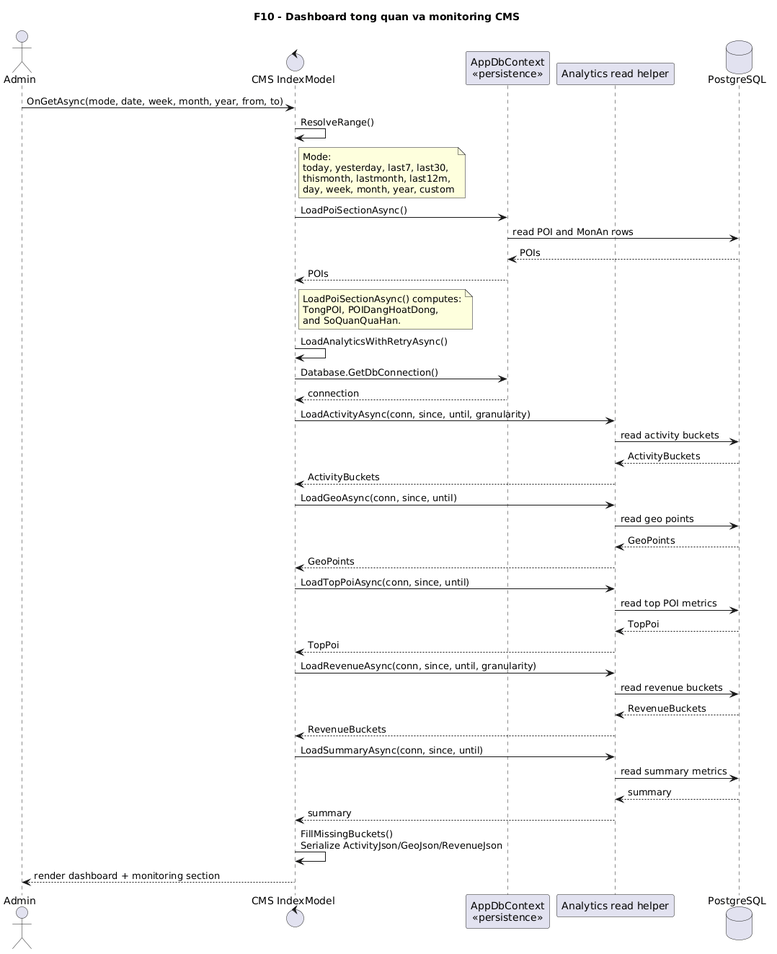
Earlier version of the PlantUML export docs/diagrams/png/10-dashboard-sequence.png (VoBao182/PhoAmThuc).
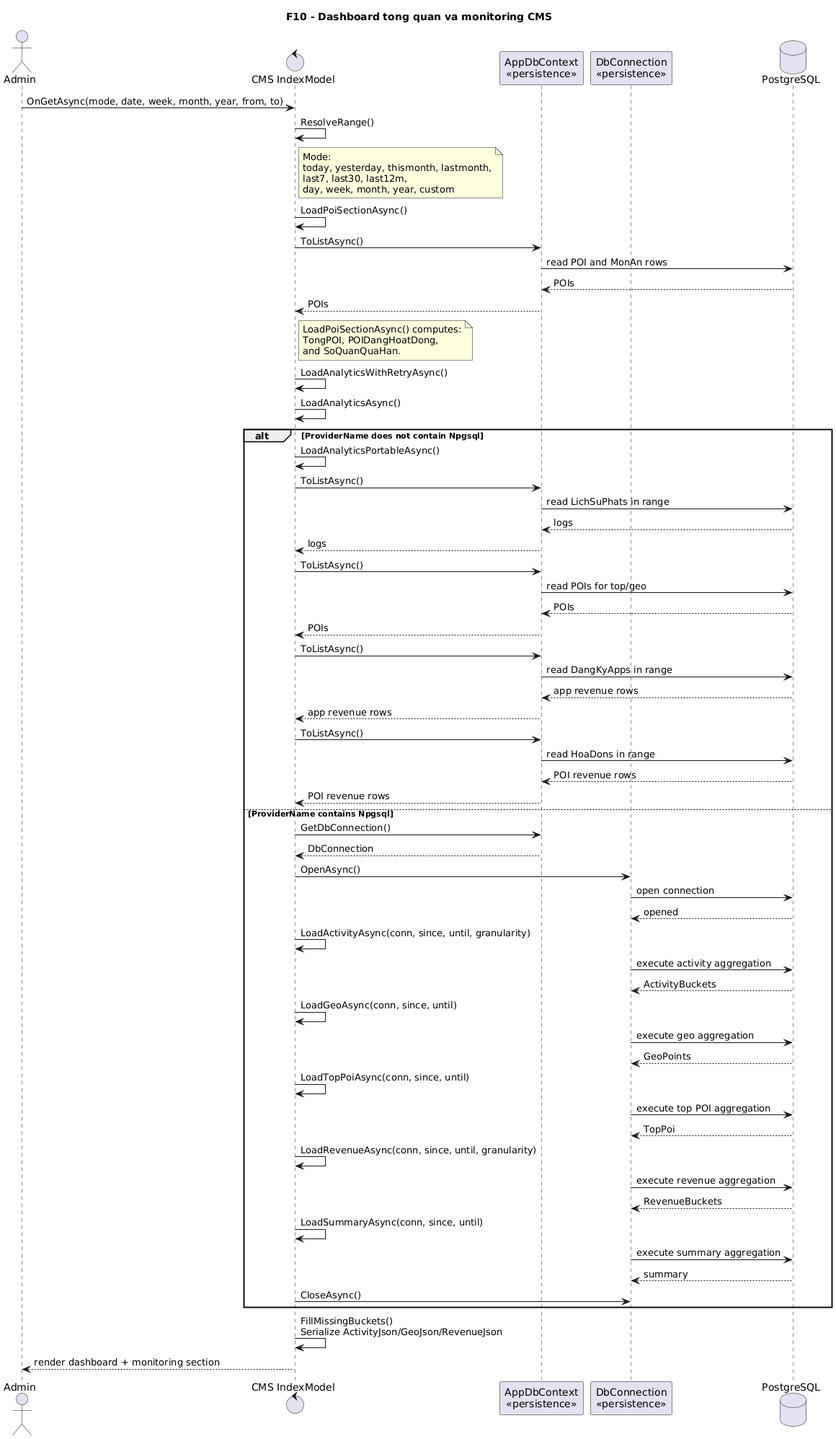
The same file after the commit.

The edit, as a diff of the source:
```diff
@@ -4,19 +4,20 @@
 actor Admin
 control "CMS IndexModel" as IndexModel
 participant "AppDbContext\n<<persistence>>" as DbContext
-participant "Analytics read helper" as AnalyticsRead
+participant "DbConnection\n<<persistence>>" as Conn
 database "PostgreSQL" as DB
 
 Admin -> IndexModel: OnGetAsync(mode, date, week, month, year, from, to)
 IndexModel -> IndexModel: ResolveRange()
 note right of IndexModel
   Mode:
-  today, yesterday, last7, last30,
-  thismonth, lastmonth, last12m,
+  today, yesterday, thismonth, lastmonth,
+  last7, last30, last12m,
   day, week, month, year, custom
 end note
 
-IndexModel -> DbContext: LoadPoiSectionAsync()
+IndexModel -> IndexModel: LoadPoiSectionAsync()
+IndexModel -> DbContext: ToListAsync()
 DbContext -> DB: read POI and MonAn rows
 DB --> DbContext: POIs
 DbContext --> IndexModel: POIs
@@ -27,32 +28,48 @@
 end note
 
 IndexModel -> IndexModel: LoadAnalyticsWithRetryAsync()
-IndexModel -> DbContext: Database.GetDbConnection()
-DbContext --> IndexModel: connection
-IndexModel -> AnalyticsRead: LoadActivityAsync(conn, since, until, granularity)
-AnalyticsRead -> DB: read activity buckets
-DB --> AnalyticsRead: ActivityBuckets
-AnalyticsRead --> IndexModel: ActivityBuckets
-
-IndexModel -> AnalyticsRead: LoadGeoAsync(conn, since, until)
-AnalyticsRead -> DB: read geo points
-DB --> AnalyticsRead: GeoPoints
-AnalyticsRead --> IndexModel: GeoPoints
-
-IndexModel -> AnalyticsRead: LoadTopPoiAsync(conn, since, until)
-AnalyticsRead -> DB: read top POI metrics
-DB --> AnalyticsRead: TopPoi
-AnalyticsRead --> IndexModel: TopPoi
-
-IndexModel -> AnalyticsRead: LoadRevenueAsync(conn, since, until, granularity)
-AnalyticsRead -> DB: read revenue buckets
-DB --> AnalyticsRead: RevenueBuckets
-AnalyticsRead --> IndexModel: RevenueBuckets
-
-IndexModel -> AnalyticsRead: LoadSummaryAsync(conn, since, until)
-AnalyticsRead -> DB: read summary metrics
-DB --> AnalyticsRead: summary
-AnalyticsRead --> IndexModel: summary
+IndexModel -> IndexModel: LoadAnalyticsAsync()
+alt ProviderName does not contain Npgsql
+  IndexModel -> IndexModel: LoadAnalyticsPortableAsync()
+  IndexModel -> DbContext: ToListAsync()
+  DbContext -> DB: read LichSuPhats in range
+  DB --> DbContext: logs
+  DbContext --> IndexModel: logs
+  IndexModel -> DbContext: ToListAsync()
+  DbContext -> DB: read POIs for top/geo
+  DB --> DbContext: POIs
+  DbContext --> IndexModel: POIs
+  IndexModel -> DbContext: ToListAsync()
+  DbContext -> DB: read DangKyApps in range
+  DB --> DbContext: app revenue rows
+  DbContext --> IndexModel: app revenue rows
+  IndexModel -> DbContext: ToListAsync()
+  DbContext -> DB: read HoaDons in range
+  DB --> DbContext: POI revenue rows
+  DbContext --> IndexModel: POI revenue rows
+else ProviderName contains Npgsql
+  IndexModel -> DbContext: GetDbConnection()
+  DbContext --> IndexModel: DbConnection
+  IndexModel -> Conn: OpenAsync()
+  Conn -> DB: open connection
+  DB --> Conn: opened
+  IndexModel -> IndexModel: LoadActivityAsync(conn, since, until, granularity)
+  Conn -> DB: execute activity aggregation
+  DB --> Conn: ActivityBuckets
+  IndexModel -> IndexModel: LoadGeoAsync(conn, since, until)
+  Conn -> DB: execute geo aggregation
+  DB --> Conn: GeoPoints
+  IndexModel -> IndexModel: LoadTopPoiAsync(conn, since, until)
+  Conn -> DB: execute top POI aggregation
+  DB --> Conn: TopPoi
+  IndexModel -> IndexModel: LoadRevenueAsync(conn, since, until, granularity)
+  Conn -> DB: execute revenue aggregation
+  DB --> Conn: RevenueBuckets
+  IndexModel -> IndexModel: LoadSummaryAsync(conn, since, until)
+  Conn -> DB: execute summary aggregation
+  DB --> Conn: summary
+  IndexModel -> Conn: CloseAsync()
+end
 
 IndexModel -> IndexModel: FillMissingBuckets()\nSerialize ActivityJson/GeoJson/RevenueJson
 IndexModel --> Admin: render dashboard + monitoring section
```
